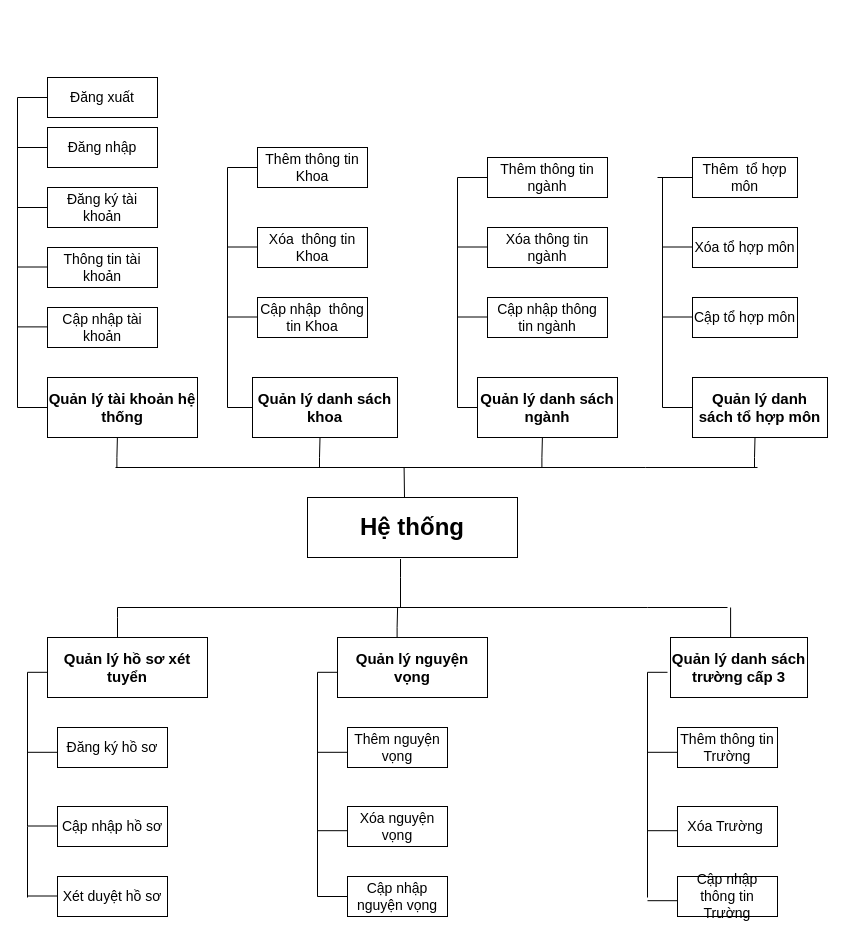
Before: page "Biểu đồ phân cấp chức năng" (3 of 5) of 1. Bao Cao/DATN.drawio in truongquangkhai99/TrinhVanTu_DATN, a draw.io diagram. Source tidied: cells renumbered, new cells numbered last; positions are measured from the earlier drawing's top-left corner, leaving out a move shared by most shapes. Both pictures are drawn from the tidied source at 100%, with x=0, y=0 at pixel (17, 77).
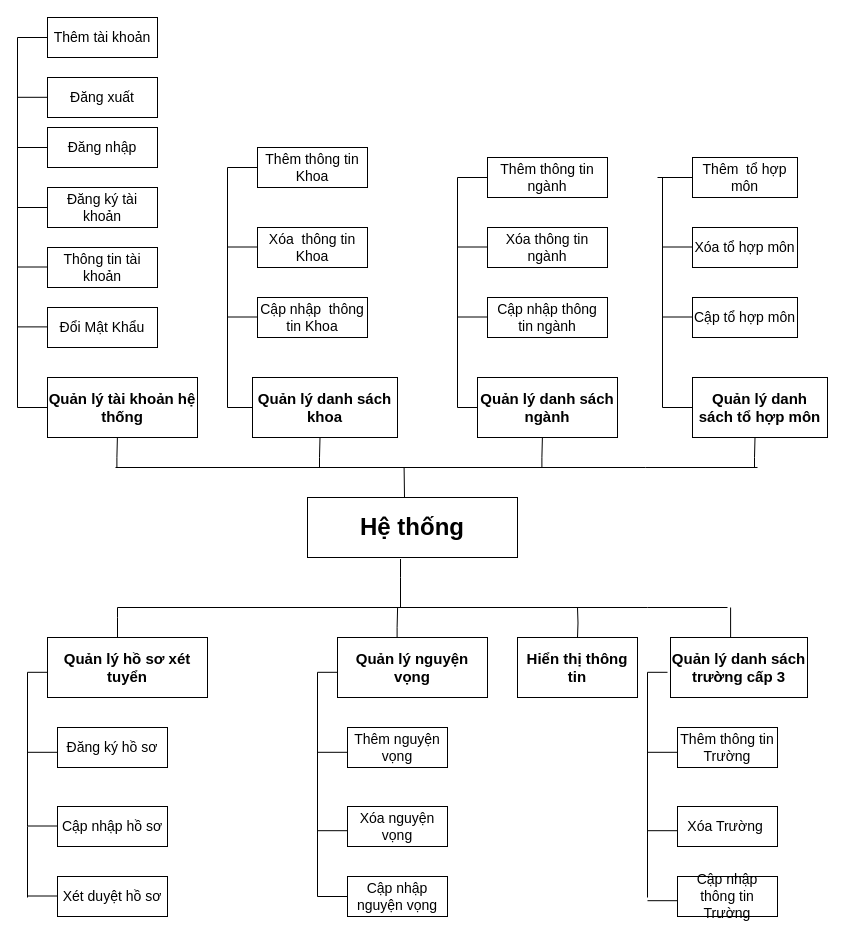
The same page after the edit.

Unchanged cells that the change refers to:
```xml
<mxCell id="3" value="Quản lý tài khoản hệ thống" style="rounded=0;whiteSpace=wrap;html=1;fontSize=15;align=center;fontStyle=1;verticalAlign=middle;strokeColor=default;strokeWidth=1;" parent="1" vertex="1">
  <mxGeometry x="30" y="300" width="150" height="60" as="geometry" />
</mxCell>
<mxCell id="66" value="Đăng nhập" style="rounded=0;whiteSpace=wrap;html=1;fontSize=14;align=center;fontStyle=0;verticalAlign=middle;strokeColor=default;strokeWidth=1;" parent="1" vertex="1">
  <mxGeometry x="30" y="50" width="110" height="40" as="geometry" />
</mxCell>
```

Change to the diagram source:
```diff
@@
-    <mxCell id="17" value="Cập nhập tài khoản" style="rounded=0;whiteSpace=wrap;html=1;fontSize=14;align=center;fontStyle=0;verticalAlign=middle;strokeColor=default;strokeWidth=1;" parent="1" vertex="1">
+    <mxCell id="17" value="Đổi Mật Khẩu" style="rounded=0;whiteSpace=wrap;html=1;fontSize=14;align=center;fontStyle=0;verticalAlign=middle;strokeColor=default;strokeWidth=1;" parent="1" vertex="1">
       <mxGeometry x="30" y="230" width="110" height="40" as="geometry" />
     </mxCell>
@@
-    <mxCell id="33" style="endArrow=none;html=1;rounded=0;edgeStyle=orthogonalEdgeStyle;entryX=0;entryY=0.5;entryDx=0;entryDy=0;fontSize=14;align=center;fontStyle=0;verticalAlign=middle;strokeColor=default;strokeWidth=1;" parent="1" edge="1" target="3">
+    <mxCell id="33" style="endArrow=none;html=1;rounded=0;edgeStyle=orthogonalEdgeStyle;entryX=0;entryY=0.5;entryDx=0;entryDy=0;fontSize=14;align=center;fontStyle=0;verticalAlign=middle;strokeColor=default;strokeWidth=1;exitX=0;exitY=0.5;exitDx=0;exitDy=0;" parent="1" edge="1" source="72" target="3">
       <mxGeometry relative="1" as="geometry">
-        <mxPoint x="30" y="20" as="sourcePoint" />
         <Array as="points">
-          <mxPoint y="20" />
+          <mxPoint y="-40" />
           <mxPoint y="330" />
         </Array>
       </mxGeometry>
     </mxCell>
@@
-    <mxCell id="67" style="endArrow=none;html=1;rounded=0;exitX=0;exitY=0.5;exitDx=0;exitDy=0;fontSize=14;align=center;fontStyle=0;verticalAlign=middle;strokeColor=default;strokeWidth=1;" parent="1" edge="1" source="66">
-      <mxGeometry relative="1" as="geometry">
-        <mxPoint y="70" as="targetPoint" />
-      </mxGeometry>
-    </mxCell>
@@
+    <mxCell id="72" value="Thêm tài khoản" style="rounded=0;whiteSpace=wrap;html=1;fontSize=14;align=center;fontStyle=0;verticalAlign=middle;strokeColor=default;strokeWidth=1;" parent="1" vertex="1">
+      <mxGeometry x="30" y="-60" width="110" height="40" as="geometry" />
+    </mxCell>
+    <mxCell id="73" style="endArrow=none;html=1;rounded=0;exitX=0;exitY=0.5;exitDx=0;exitDy=0;fontSize=14;align=center;fontStyle=0;verticalAlign=middle;strokeColor=default;strokeWidth=1;" parent="1" edge="1">
+      <mxGeometry relative="1" as="geometry">
+        <mxPoint x="30" y="70" as="sourcePoint" />
+        <mxPoint y="70" as="targetPoint" />
+      </mxGeometry>
+    </mxCell>
+    <mxCell id="74" style="endArrow=none;html=1;rounded=0;exitX=0;exitY=0.5;exitDx=0;exitDy=0;fontSize=14;align=center;fontStyle=0;verticalAlign=middle;strokeColor=default;strokeWidth=1;" parent="1" edge="1">
+      <mxGeometry relative="1" as="geometry">
+        <mxPoint x="30" y="19.8" as="sourcePoint" />
+        <mxPoint y="19.8" as="targetPoint" />
+      </mxGeometry>
+    </mxCell>
+    <mxCell id="75" value="Hiển thị thông tin" style="rounded=0;whiteSpace=wrap;html=1;fontStyle=1;fontSize=15;" parent="1" vertex="1">
+      <mxGeometry x="500" y="560" width="120" height="60" as="geometry" />
+    </mxCell>
+    <mxCell id="76" style="endArrow=none;html=1;rounded=0;edgeStyle=orthogonalEdgeStyle;entryX=0.5;entryY=0;entryDx=0;entryDy=0;" parent="1" edge="1" target="75">
+      <mxGeometry relative="1" as="geometry">
+        <mxPoint x="560" y="530" as="sourcePoint" />
+      </mxGeometry>
+    </mxCell>
```
